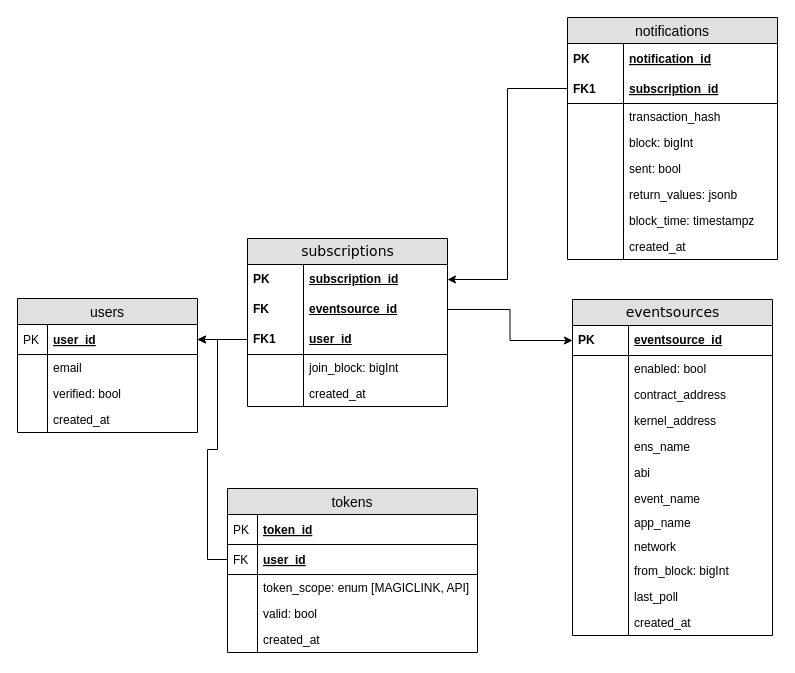
Above: db.drawio in aragonone/notification-service (draw.io), before the change. Source tidied: cells renumbered, new cells numbered last; positions are measured from the earlier drawing's top-left corner, leaving out a move shared by most shapes. Both pictures are drawn from the tidied source at 100%, with x=0, y=0 at pixel (17, 17).
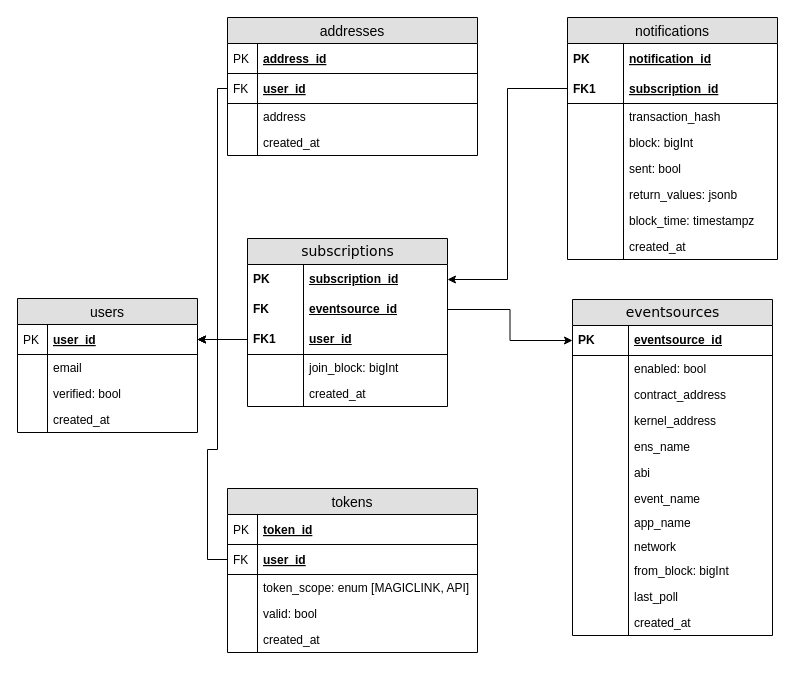
The same diagram, later.

Commit message (it also covers changes not shown here):
wip: Add address entity

Unchanged cells that the change refers to:
```xml
<mxCell id="32" value="user_id" style="shape=partialRectangle;top=0;left=0;right=0;bottom=1;align=left;verticalAlign=middle;fillColor=none;spacingLeft=34;spacingRight=4;overflow=hidden;points=[[0,0.5],[1,0.5]];portConstraint=eastwest;fontStyle=5;fontSize=12;" parent="31" vertex="1">
  <mxGeometry y="26" width="180" height="30" as="geometry" />
</mxCell>
```

The edit, as a diff of the source:
```diff
@@
+    <mxCell id="79" value="addresses" style="swimlane;fontStyle=0;horizontal=1;startSize=26;fillColor=#e0e0e0;swimlaneFillColor=#ffffff;align=center;fontSize=14;" parent="1" vertex="1">
+      <mxGeometry x="210" width="250" height="138" as="geometry" />
+    </mxCell>
+    <mxCell id="80" value="address_id" style="shape=partialRectangle;top=0;left=0;right=0;bottom=1;align=left;verticalAlign=middle;fillColor=none;spacingLeft=34;spacingRight=4;overflow=hidden;fontStyle=5;fontSize=12;" parent="79" vertex="1">
+      <mxGeometry y="26" width="250" height="30" as="geometry" />
+    </mxCell>
+    <mxCell id="81" value="PK" style="shape=partialRectangle;top=0;left=0;bottom=0;fillColor=none;align=left;verticalAlign=middle;spacingLeft=4;spacingRight=4;overflow=hidden;fontSize=12;" parent="80" vertex="1">
+      <mxGeometry width="30" height="30" as="geometry" />
+    </mxCell>
+    <mxCell id="82" value="user_id" style="shape=partialRectangle;top=0;left=0;right=0;bottom=1;align=left;verticalAlign=middle;fillColor=none;spacingLeft=34;spacingRight=4;overflow=hidden;points=[[0,0.5],[1,0.5]];portConstraint=eastwest;fontStyle=5;fontSize=12;" parent="79" vertex="1">
+      <mxGeometry y="56" width="250" height="30" as="geometry" />
+    </mxCell>
+    <mxCell id="83" value="FK" style="shape=partialRectangle;top=0;left=0;bottom=0;fillColor=none;align=left;verticalAlign=middle;spacingLeft=4;spacingRight=4;overflow=hidden;fontSize=12;" parent="82" vertex="1">
+      <mxGeometry width="30" height="30" as="geometry" />
+    </mxCell>
+    <mxCell id="84" value="address" style="shape=partialRectangle;top=0;left=0;right=0;bottom=0;align=left;verticalAlign=top;fillColor=none;spacingLeft=34;spacingRight=4;overflow=hidden;fontSize=12;" parent="79" vertex="1">
+      <mxGeometry y="86" width="250" height="26" as="geometry" />
+    </mxCell>
+    <mxCell id="85" style="shape=partialRectangle;top=0;left=0;bottom=0;fillColor=none;align=left;verticalAlign=top;spacingLeft=4;spacingRight=4;overflow=hidden;fontSize=12;" parent="84" vertex="1">
+      <mxGeometry width="30" height="26" as="geometry" />
+    </mxCell>
+    <mxCell id="86" value="created_at" style="shape=partialRectangle;top=0;left=0;right=0;bottom=0;align=left;verticalAlign=top;fillColor=none;spacingLeft=34;spacingRight=4;overflow=hidden;fontSize=12;" parent="79" vertex="1">
+      <mxGeometry y="112" width="250" height="26" as="geometry" />
+    </mxCell>
+    <mxCell id="87" style="shape=partialRectangle;top=0;left=0;bottom=0;fillColor=none;align=left;verticalAlign=top;spacingLeft=4;spacingRight=4;overflow=hidden;fontSize=12;" parent="86" vertex="1">
+      <mxGeometry width="30" height="26" as="geometry" />
+    </mxCell>
@@
+    <mxCell id="88" style="edgeStyle=orthogonalEdgeStyle;rounded=0;jettySize=auto;html=1;exitX=0;exitY=0.5;exitDx=0;exitDy=0;entryX=1;entryY=0.5;entryDx=0;entryDy=0;" parent="1" edge="1" source="82" target="32">
+      <mxGeometry relative="1" as="geometry">
+        <Array as="points">
+          <mxPoint x="200" y="71" />
+          <mxPoint x="200" y="322" />
+        </Array>
+      </mxGeometry>
+    </mxCell>
```
